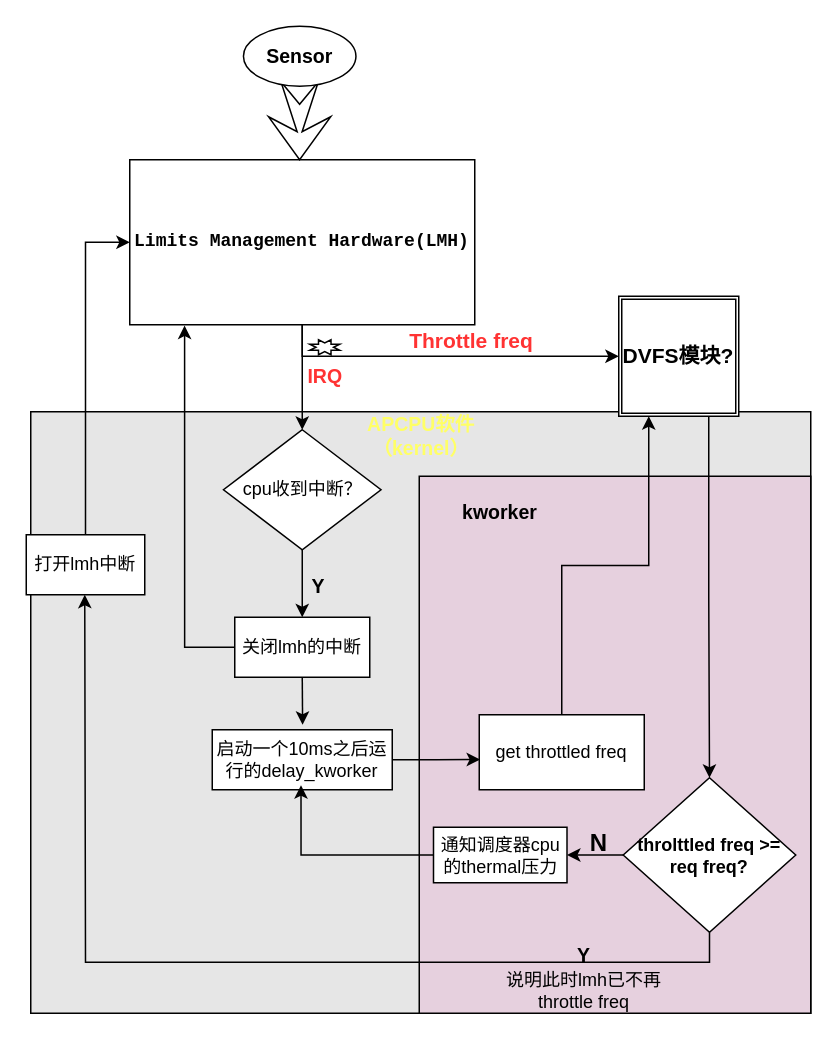
This is lmh.drawio from xw-yan/draw-io, a draw.io file, before an edit. Source tidied: cells renumbered, new cells numbered last; positions are measured from the earlier drawing's top-left corner, leaving out a move shared by most shapes. Both pictures are drawn from the tidied source at 150%, with x=0, y=0 at pixel (26, 26).
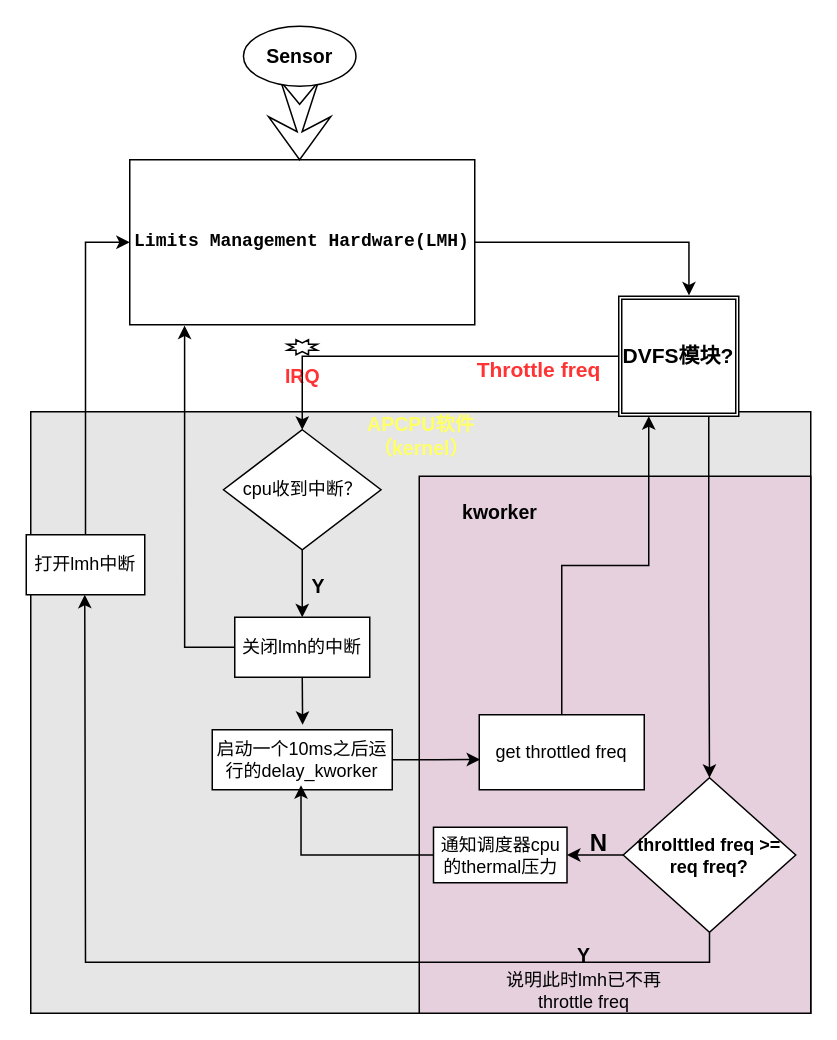
Above is the later version.

The change refers to these unchanged cells:
```xml
<mxCell id="6" value="&lt;pre style=&quot;overflow: visible; text-align: start; background-color: rgb(255, 255, 255);&quot;&gt;Limits Management Hardware(LMH)&lt;/pre&gt;" style="rounded=0;whiteSpace=wrap;html=1;strokeWidth=1;fontStyle=1;" parent="1" vertex="1">
  <mxGeometry x="69" y="89" width="230" height="110" as="geometry" />
</mxCell>
<mxCell id="11" value="DVFS模块?" style="shape=ext;double=1;whiteSpace=wrap;html=1;fontStyle=1;fontSize=14;" parent="1" vertex="1">
  <mxGeometry x="395" y="180" width="80" height="80" as="geometry" />
</mxCell>
<mxCell id="13" value="cpu收到中断？" style="rhombus;whiteSpace=wrap;html=1;" parent="1" vertex="1">
  <mxGeometry x="131.5" y="269" width="105" height="80" as="geometry" />
</mxCell>
```

Diff of the diagram source:
```diff
@@
-    <mxCell id="4" style="edgeStyle=orthogonalEdgeStyle;rounded=0;jettySize=auto;html=1;exitX=0.5;exitY=1;exitDx=0;exitDy=0;entryX=0.5;entryY=0;entryDx=0;entryDy=0;" parent="1" edge="1" source="6" target="13">
-      <mxGeometry relative="1" as="geometry" />
-    </mxCell>
-    <mxCell id="5" style="edgeStyle=orthogonalEdgeStyle;rounded=0;jettySize=auto;html=1;exitX=0.5;exitY=1;exitDx=0;exitDy=0;entryX=0;entryY=0.5;entryDx=0;entryDy=0;" parent="1" edge="1" source="6" target="11">
-      <mxGeometry relative="1" as="geometry" />
-    </mxCell>
@@
     <mxCell id="9" value="IRQ" style="verticalLabelPosition=bottom;verticalAlign=top;html=1;shape=mxgraph.basic.8_point_star;fontStyle=1;fontSize=13;fontColor=#FF3333;" parent="1" vertex="1">
-      <mxGeometry x="189" y="209" width="20" height="10" as="geometry" />
+      <mxGeometry x="174" y="209" width="20" height="10" as="geometry" />
     </mxCell>
@@
+    <mxCell id="34" style="edgeStyle=orthogonalEdgeStyle;rounded=0;jettySize=auto;html=1;exitX=0;exitY=0.5;exitDx=0;exitDy=0;entryX=0.5;entryY=0;entryDx=0;entryDy=0;" parent="1" edge="1" source="11" target="13">
+      <mxGeometry relative="1" as="geometry" />
+    </mxCell>
@@
     <mxCell id="14" value="Throttle freq" style="text;html=1;align=center;verticalAlign=middle;whiteSpace=wrap;rounded=0;fontStyle=1;fontColor=#FF3333;fontSize=14;" parent="1" vertex="1">
-      <mxGeometry x="252" y="195" width="90" height="30" as="geometry" />
+      <mxGeometry x="297" y="214" width="90" height="30" as="geometry" />
     </mxCell>
@@
+    <mxCell id="5" style="edgeStyle=orthogonalEdgeStyle;rounded=0;jettySize=auto;html=1;exitX=1;exitY=0.5;exitDx=0;exitDy=0;entryX=0.585;entryY=-0.007;entryDx=0;entryDy=0;entryPerimeter=0;" parent="1" edge="1" source="6" target="11">
+      <mxGeometry relative="1" as="geometry" />
+    </mxCell>
```
